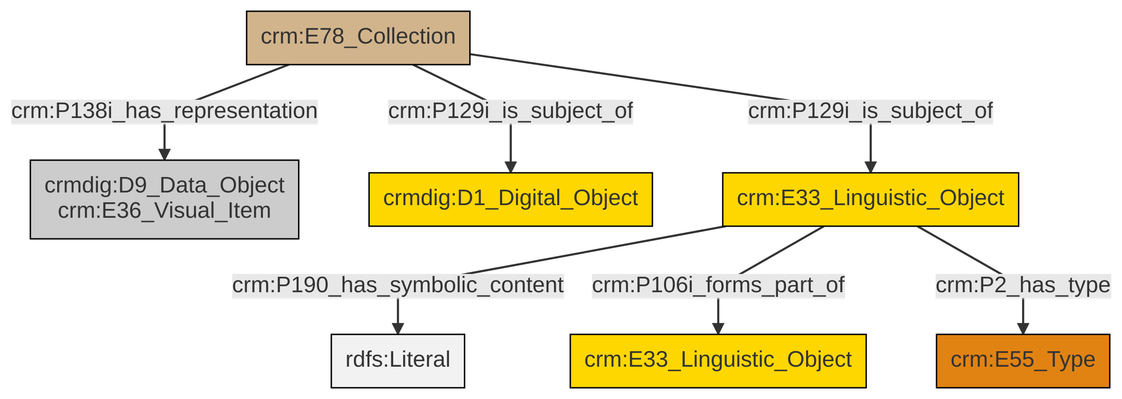
Above: et/archivalCSV/ttl/mmd/png/archival_docs.png in swiss-art-research-net/docs.swissartresearch (Mermaid), before the change. Its source is kept beside it as et/archivalCSV/ttl/mmd/archival_docs.ttl.mmd.
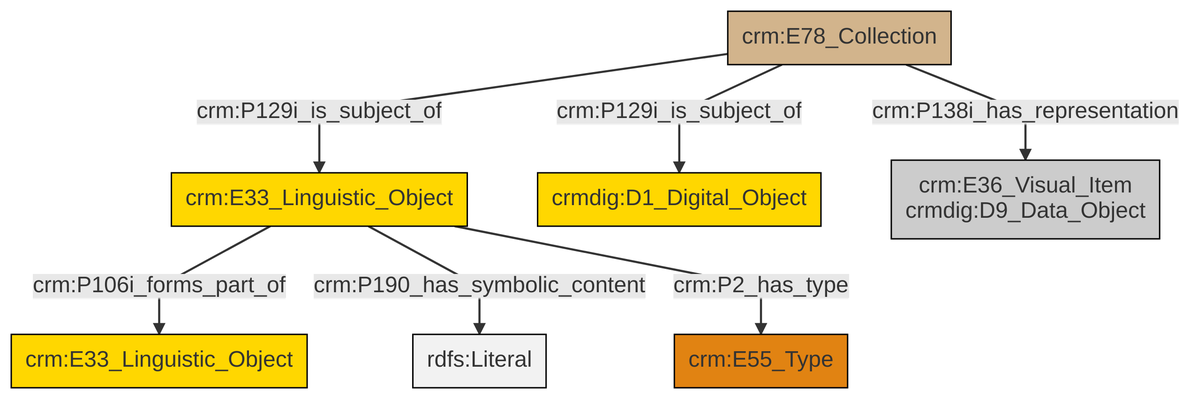
Above is the later version.

Diff of the diagram source:
```diff
@@ -13,9 +13,9 @@
 classDef PC_Classes fill:#4ce600, stroke:#000000;
 classDef Multi fill:#cccccc,stroke:#000000;
 
-0["crm:E78_Collection"]:::Physical_Thing -->|crm:P138i_has_representation| 4["crmdig:D9_Data_Object<br>crm:E36_Visual_Item"]:::Multi
-0["crm:E78_Collection"]:::Physical_Thing -->|crm:P129i_is_subject_of| 6["crmdig:D1_Digital_Object"]:::Conceptual_Object
-8["crm:E33_Linguistic_Object"]:::Conceptual_Object -->|crm:P190_has_symbolic_content| 13[rdfs:Literal]:::Literal
-8["crm:E33_Linguistic_Object"]:::Conceptual_Object -->|crm:P106i_forms_part_of| 2["crm:E33_Linguistic_Object"]:::Conceptual_Object
-8["crm:E33_Linguistic_Object"]:::Conceptual_Object -->|crm:P2_has_type| 10["crm:E55_Type"]:::Type
-0["crm:E78_Collection"]:::Physical_Thing -->|crm:P129i_is_subject_of| 8["crm:E33_Linguistic_Object"]:::Conceptual_Object
+0["crm:E33_Linguistic_Object"]:::Conceptual_Object -->|crm:P106i_forms_part_of| 1["crm:E33_Linguistic_Object"]:::Conceptual_Object
+0["crm:E33_Linguistic_Object"]:::Conceptual_Object -->|crm:P190_has_symbolic_content| 3[rdfs:Literal]:::Literal
+0["crm:E33_Linguistic_Object"]:::Conceptual_Object -->|crm:P2_has_type| 7["crm:E55_Type"]:::Type
+4["crm:E78_Collection"]:::Physical_Thing -->|crm:P129i_is_subject_of| 9["crmdig:D1_Digital_Object"]:::Conceptual_Object
+4["crm:E78_Collection"]:::Physical_Thing -->|crm:P129i_is_subject_of| 0["crm:E33_Linguistic_Object"]:::Conceptual_Object
+4["crm:E78_Collection"]:::Physical_Thing -->|crm:P138i_has_representation| 10["crm:E36_Visual_Item<br>crmdig:D9_Data_Object"]:::Multi
```
